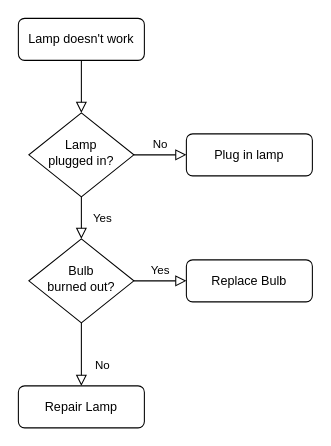
Earlier version of the draw.io diagram 未命名绘图.drawio (SongShawn/drawio). Source tidied: cells renumbered, new cells numbered last; positions are measured from the earlier drawing's top-left corner, leaving out a move shared by most shapes. Both pictures are drawn from the tidied source at 105%, with x=0, y=0 at pixel (18, 18).
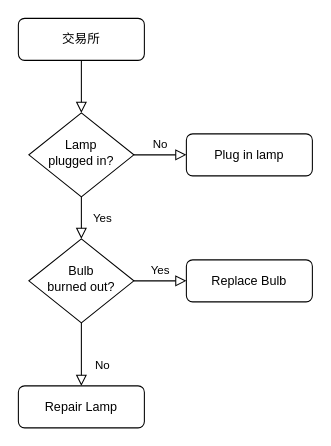
Above is the later version.

Diff of the diagram source:
```diff
@@
 <mxGraphModel>
   <root>
     <mxCell id="0" />
     <mxCell id="1" parent="0" />
     <mxCell id="2" style="rounded=0;html=1;jettySize=auto;fontSize=11;endArrow=block;endFill=0;endSize=8;strokeWidth=1;shadow=0;labelBackgroundColor=none;edgeStyle=orthogonalEdgeStyle;" parent="1" edge="1" source="3" target="6">
       <mxGeometry relative="1" as="geometry" />
     </mxCell>
-    <mxCell id="3" value="Lamp doesn't work" style="rounded=1;whiteSpace=wrap;html=1;fontSize=12;glass=0;strokeWidth=1;shadow=0;" parent="1" vertex="1">
+    <mxCell id="3" value="交易所" style="rounded=1;whiteSpace=wrap;html=1;fontSize=12;glass=0;strokeWidth=1;shadow=0;" parent="1" vertex="1">
       <mxGeometry width="120" height="40" as="geometry" />
     </mxCell>
     <mxCell id="4" value="Yes" style="rounded=0;html=1;jettySize=auto;fontSize=11;endArrow=block;endFill=0;endSize=8;strokeWidth=1;shadow=0;labelBackgroundColor=none;edgeStyle=orthogonalEdgeStyle;" parent="1" edge="1" source="6" target="10">
       <mxGeometry y="20" relative="1" as="geometry" />
     </mxCell>
     <mxCell id="5" value="No" style="edgeStyle=orthogonalEdgeStyle;rounded=0;html=1;jettySize=auto;fontSize=11;endArrow=block;endFill=0;endSize=8;strokeWidth=1;shadow=0;labelBackgroundColor=none;" parent="1" edge="1" source="6" target="7">
       <mxGeometry y="10" relative="1" as="geometry" />
     </mxCell>
     <mxCell id="6" value="Lamp&lt;br&gt;plugged in?" style="rhombus;whiteSpace=wrap;html=1;shadow=0;fontFamily=Helvetica;fontSize=12;align=center;strokeWidth=1;spacing=6;spacingTop=-4;" parent="1" vertex="1">
       <mxGeometry x="10" y="90" width="100" height="80" as="geometry" />
     </mxCell>
     <mxCell id="7" value="Plug in lamp" style="rounded=1;whiteSpace=wrap;html=1;fontSize=12;glass=0;strokeWidth=1;shadow=0;" parent="1" vertex="1">
       <mxGeometry x="160" y="110" width="120" height="40" as="geometry" />
     </mxCell>
     <mxCell id="8" value="No" style="rounded=0;html=1;jettySize=auto;fontSize=11;endArrow=block;endFill=0;endSize=8;strokeWidth=1;shadow=0;labelBackgroundColor=none;edgeStyle=orthogonalEdgeStyle;" parent="1" edge="1" source="10" target="11">
       <mxGeometry x="0.33" y="20" relative="1" as="geometry" />
     </mxCell>
     <mxCell id="9" value="Yes" style="edgeStyle=orthogonalEdgeStyle;rounded=0;html=1;jettySize=auto;fontSize=11;endArrow=block;endFill=0;endSize=8;strokeWidth=1;shadow=0;labelBackgroundColor=none;" parent="1" edge="1" source="10" target="12">
       <mxGeometry y="10" relative="1" as="geometry" />
     </mxCell>
     <mxCell id="10" value="Bulb&lt;br&gt;burned out?" style="rhombus;whiteSpace=wrap;html=1;shadow=0;fontFamily=Helvetica;fontSize=12;align=center;strokeWidth=1;spacing=6;spacingTop=-4;" parent="1" vertex="1">
       <mxGeometry x="10" y="210" width="100" height="80" as="geometry" />
     </mxCell>
     <mxCell id="11" value="Repair Lamp" style="rounded=1;whiteSpace=wrap;html=1;fontSize=12;glass=0;strokeWidth=1;shadow=0;" parent="1" vertex="1">
       <mxGeometry y="350" width="120" height="40" as="geometry" />
     </mxCell>
     <mxCell id="12" value="Replace Bulb" style="rounded=1;whiteSpace=wrap;html=1;fontSize=12;glass=0;strokeWidth=1;shadow=0;" parent="1" vertex="1">
       <mxGeometry x="160" y="230" width="120" height="40" as="geometry" />
     </mxCell>
   </root>
 </mxGraphModel>
```
